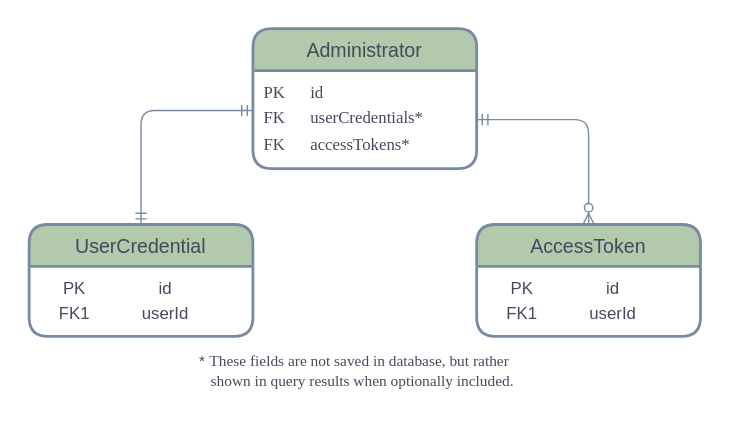
Earlier version of the draw.io export version/2-beta/img/admin-data-models.svg (bcgov/NotifyBC). Source tidied: cells renumbered, new cells last; positions are measured from the earlier drawing's top-left corner, leaving out a move shared by most shapes.
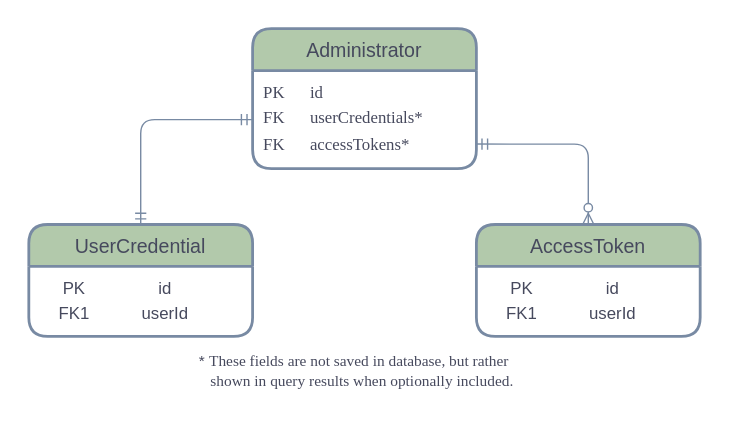
After the change.

The edit, as a diff of the source:
```diff
@@ -14,13 +14,13 @@
     <mxCell id="5" value="UserCredential" style="swimlane;horizontal=1;startSize=30;rounded=1;fontSize=14;fontStyle=0;strokeWidth=2;shadow=0;dashed=0;align=center;glass=0;sketch=0;swimlaneLine=1;fillColor=#B2C9AB;strokeColor=#788AA3;fontColor=#46495D;" parent="2" vertex="1">
       <mxGeometry x="20" y="160" width="160" height="80" as="geometry" />
     </mxCell>
-    <mxCell id="6" style="edgeStyle=orthogonalEdgeStyle;html=1;endArrow=ERmandOne;startArrow=ERmandOne;labelBackgroundColor=none;fontFamily=Verdana;fontSize=12;align=left;exitX=0;exitY=0.407;entryX=0.5;entryY=0;endFill=0;exitDx=0;exitDy=0;entryDx=0;entryDy=0;exitPerimeter=0;strokeColor=#788AA3;fontColor=#46495D;" parent="2" edge="1" source="9" target="5">
+    <mxCell id="6" style="edgeStyle=orthogonalEdgeStyle;html=1;endArrow=ERmandOne;startArrow=ERmandOne;labelBackgroundColor=none;fontFamily=Verdana;fontSize=12;align=left;exitX=0;exitY=0.5;entryX=0.5;entryY=0;endFill=0;exitDx=0;exitDy=0;entryDx=0;entryDy=0;strokeColor=#788AA3;fontColor=#46495D;" parent="2" edge="1" source="9" target="5">
       <mxGeometry x="20" y="20" as="geometry" />
     </mxCell>
     <mxCell id="7" value="AccessToken" style="swimlane;horizontal=1;startSize=30;rounded=1;fontSize=14;fontStyle=0;strokeWidth=2;shadow=0;dashed=0;align=center;glass=0;sketch=0;swimlaneLine=1;fillColor=#B2C9AB;strokeColor=#788AA3;fontColor=#46495D;" parent="2" vertex="1">
       <mxGeometry x="340" y="160" width="160" height="80" as="geometry" />
     </mxCell>
-    <mxCell id="8" style="edgeStyle=orthogonalEdgeStyle;html=1;endArrow=ERzeroToMany;startArrow=ERmandOne;labelBackgroundColor=none;fontFamily=Verdana;fontSize=12;align=left;exitX=1;exitY=0.5;entryX=0.5;entryY=0;endFill=1;exitDx=0;exitDy=0;entryDx=0;entryDy=0;startFill=0;strokeColor=#788AA3;fontColor=#46495D;" parent="2" edge="1" source="9" target="7">
+    <mxCell id="8" style="edgeStyle=orthogonalEdgeStyle;html=1;endArrow=ERzeroToMany;startArrow=ERmandOne;labelBackgroundColor=none;fontFamily=Verdana;fontSize=12;align=left;entryX=0.5;entryY=0;endFill=1;entryDx=0;entryDy=0;startFill=0;strokeColor=#788AA3;fontColor=#46495D;exitX=1;exitY=0.75;exitDx=0;exitDy=0;" parent="2" edge="1" source="9" target="7">
       <mxGeometry x="20" y="20" as="geometry" />
     </mxCell>
     <mxCell id="9" value="&lt;table cellpadding=&quot;2&quot; cellspacing=&quot;0&quot; style=&quot;font-family: &amp;#34;verdana&amp;#34; ; font-size: 1em ; width: 180px&quot;&gt;&lt;tbody&gt;&lt;tr&gt;&lt;td&gt;PK&lt;/td&gt;&lt;td&gt;id&lt;/td&gt;&lt;/tr&gt;&lt;tr&gt;&lt;td&gt;FK&lt;/td&gt;&lt;td&gt;userCredentials*&lt;/td&gt;&lt;/tr&gt;&lt;tr&gt;&lt;td&gt;FK&lt;/td&gt;&lt;td&gt;accessTokens*&lt;/td&gt;&lt;/tr&gt;&lt;/tbody&gt;&lt;/table&gt;" style="align=left;strokeColor=none;fillColor=none;spacingLeft=4;fontSize=12;verticalAlign=top;html=1;fontColor=#46495D;" parent="2" vertex="1">
```
